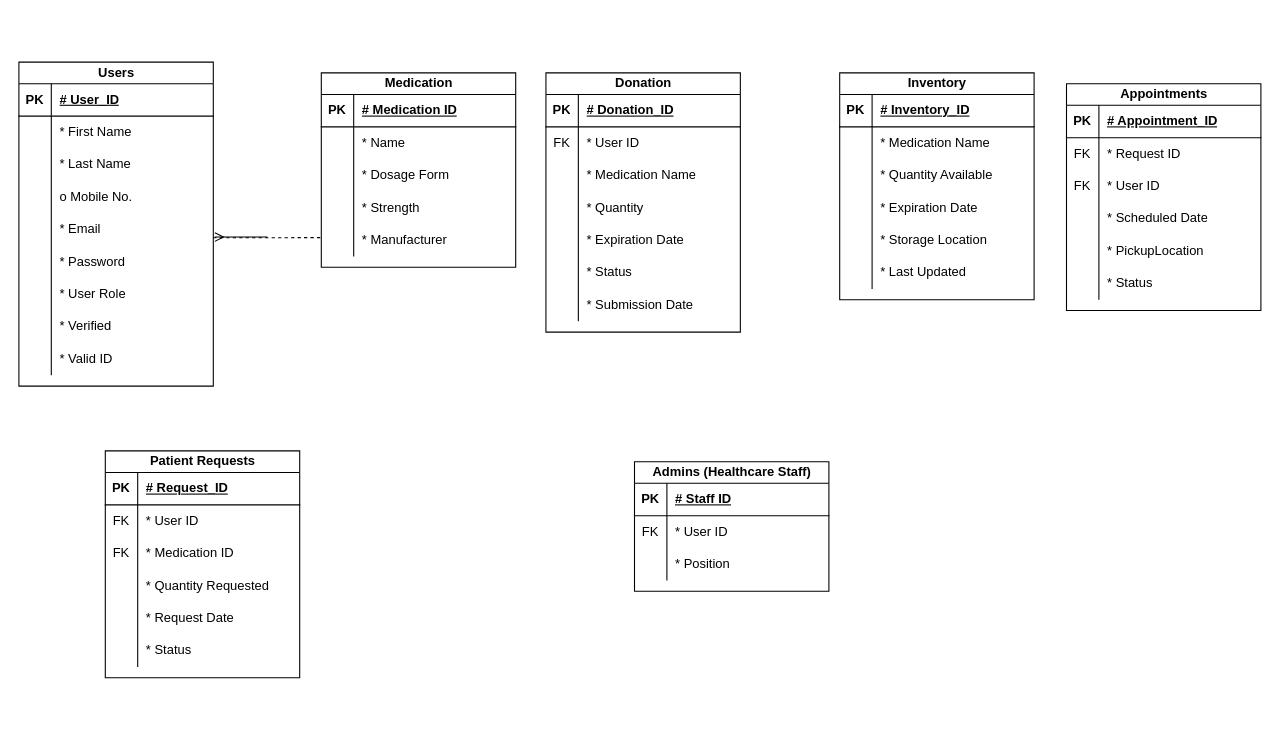
This is Untitled Diagram.drawio from lucifron28/Information-Management, a draw.io file, before an edit. Source tidied: cells renumbered, new cells numbered last; positions are measured from the earlier drawing's top-left corner, leaving out a move shared by most shapes. Both pictures are drawn from the tidied source at 108%, with x=0, y=0 at pixel (18, 62).
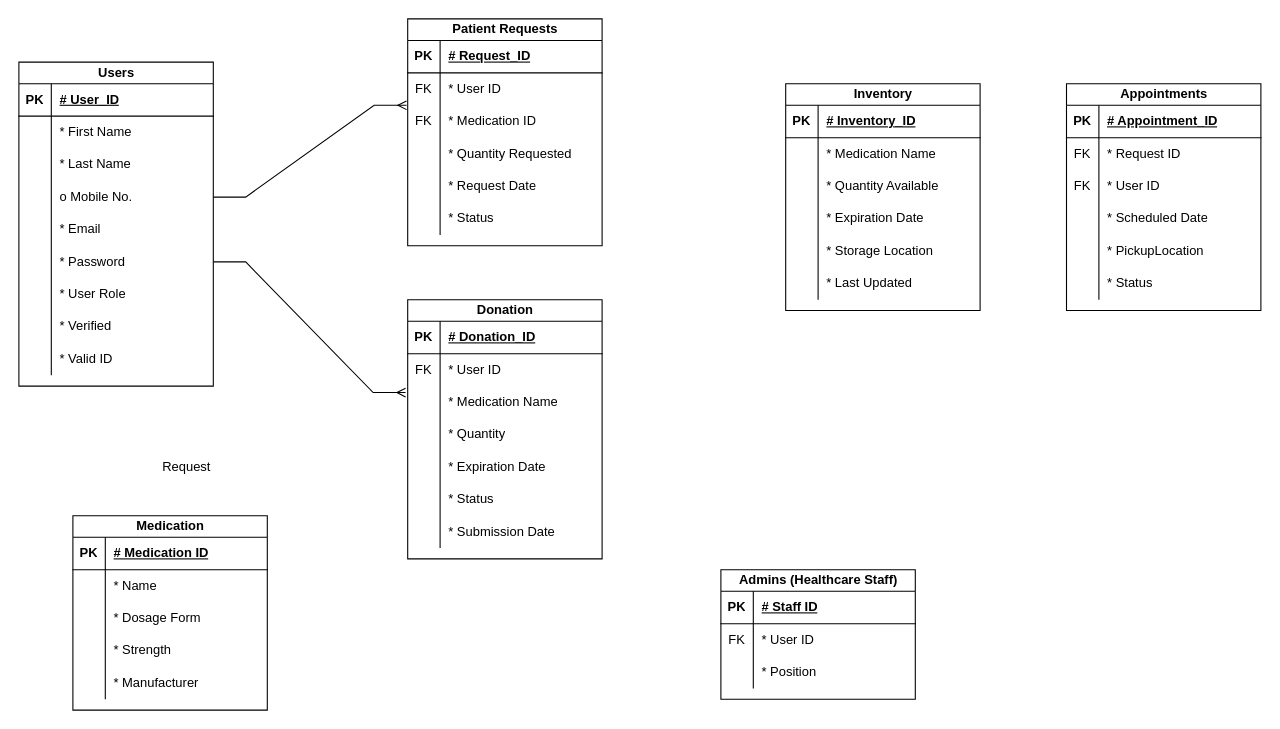
The same diagram, later.

The change refers to these unchanged cells:
```xml
<mxCell id="12" style="shape=tableRow;horizontal=0;startSize=0;swimlaneHead=0;swimlaneBody=0;fillColor=none;points=[[0,0.5],[1,0.5]];portConstraint=eastwest;top=0;left=0;right=0;bottom=0;" parent="2" vertex="1">
  <mxGeometry y="110" width="180" height="30" as="geometry" />
</mxCell>
<mxCell id="18" style="shape=tableRow;horizontal=0;startSize=0;swimlaneHead=0;swimlaneBody=0;fillColor=none;points=[[0,0.5],[1,0.5]];portConstraint=eastwest;top=0;left=0;right=0;bottom=0;" parent="2" vertex="1">
  <mxGeometry y="170" width="180" height="30" as="geometry" />
</mxCell>
<mxCell id="43" style="shape=tableRow;horizontal=0;startSize=0;swimlaneHead=0;swimlaneBody=0;fillColor=none;points=[[0,0.5],[1,0.5]];portConstraint=eastwest;top=0;left=0;right=0;bottom=0;" parent="30" vertex="1">
  <mxGeometry y="140" width="180" height="30" as="geometry" />
</mxCell>
<mxCell id="53" style="shape=tableRow;horizontal=0;startSize=0;swimlaneHead=0;swimlaneBody=0;fillColor=none;points=[[0,0.5],[1,0.5]];portConstraint=eastwest;top=0;left=0;right=0;bottom=0;" parent="46" vertex="1">
  <mxGeometry y="80" width="180" height="30" as="geometry" />
</mxCell>
<mxCell id="113" style="shape=tableRow;horizontal=0;startSize=0;swimlaneHead=0;swimlaneBody=0;fillColor=none;points=[[0,0.5],[1,0.5]];portConstraint=eastwest;top=0;left=0;right=0;bottom=0;" parent="106" vertex="1">
  <mxGeometry y="80" width="180" height="30" as="geometry" />
</mxCell>
```

Diff of the diagram source:
```diff
@@
     <mxCell id="30" value="Medication" style="shape=table;startSize=20;childLayout=tableLayout;rowLines=0;fontStyle=1;align=center;html=1;" parent="1" vertex="1">
-      <mxGeometry x="280" y="10" width="180" height="180" as="geometry" />
+      <mxGeometry x="50" y="420" width="180" height="180" as="geometry" />
     </mxCell>
@@
     <mxCell id="46" value="Donation" style="shape=table;startSize=20;childLayout=tableLayout;rowLines=0;fontStyle=1;align=center;html=1;" parent="1" vertex="1">
-      <mxGeometry x="488" y="10" width="180" height="240" as="geometry" />
+      <mxGeometry x="360" y="220" width="180" height="240" as="geometry" />
     </mxCell>
@@
     <mxCell id="68" value="Inventory" style="shape=table;startSize=20;childLayout=tableLayout;rowLines=0;fontStyle=1;align=center;html=1;" parent="1" vertex="1">
-      <mxGeometry x="760" y="10" width="180" height="210" as="geometry" />
+      <mxGeometry x="710" y="20" width="180" height="210" as="geometry" />
     </mxCell>
@@
     <mxCell id="106" value="Patient Requests" style="shape=table;startSize=20;childLayout=tableLayout;rowLines=0;fontStyle=1;align=center;html=1;" parent="1" vertex="1">
-      <mxGeometry x="80" y="360" width="180" height="210" as="geometry" />
+      <mxGeometry x="360" y="-40" width="180" height="210" as="geometry" />
     </mxCell>
@@
     <mxCell id="125" value="Admins (Healthcare Staff)" style="shape=table;startSize=20;childLayout=tableLayout;rowLines=0;fontStyle=1;align=center;html=1;" parent="1" vertex="1">
-      <mxGeometry x="570" y="370" width="180" height="120" as="geometry" />
+      <mxGeometry x="650" y="470" width="180" height="120" as="geometry" />
     </mxCell>
@@
-    <mxCell id="135" style="edgeStyle=entityRelationEdgeStyle;fontSize=12;html=1;endArrow=ERmany;rounded=0;entryX=1.008;entryY=-0.267;entryDx=0;entryDy=0;entryPerimeter=0;" parent="1" edge="1" target="18">
+    <mxCell id="135" style="edgeStyle=entityRelationEdgeStyle;fontSize=12;html=1;endArrow=ERmany;rounded=0;exitX=1;exitY=0.5;exitDx=0;exitDy=0;entryX=-0.006;entryY=0;entryDx=0;entryDy=0;entryPerimeter=0;" parent="1" edge="1" source="12" target="113">
       <mxGeometry relative="1" as="geometry">
-        <mxPoint x="200" y="162" as="sourcePoint" />
         <Array as="points">
-          <mxPoint x="230" y="162" />
-          <mxPoint x="300" y="230" />
-          <mxPoint x="230" y="190" />
-          <mxPoint x="230" y="180" />
-          <mxPoint x="280" y="210" />
-          <mxPoint x="200" y="160" />
-          <mxPoint x="240" y="170" />
+          <mxPoint x="273.8" y="154.4" />
+          <mxPoint x="283.8" y="142.4" />
+          <mxPoint x="343.8" y="222.4" />
+          <mxPoint x="273.8" y="182.4" />
+          <mxPoint x="273.8" y="172.4" />
+          <mxPoint x="323.8" y="202.4" />
+          <mxPoint x="243.8" y="152.4" />
+          <mxPoint x="283.8" y="162.4" />
         </Array>
       </mxGeometry>
     </mxCell>
-    <mxCell id="136" style="endArrow=none;dashed=1;html=1;rounded=0;entryX=-0.005;entryY=0.417;entryDx=0;entryDy=0;entryPerimeter=0;exitX=1.022;exitY=0.758;exitDx=0;exitDy=0;exitPerimeter=0;" parent="1" edge="1" target="43">
-      <mxGeometry relative="1" as="geometry">
-        <mxPoint x="180" y="162.7" as="sourcePoint" />
-      </mxGeometry>
-    </mxCell>
+    <mxCell id="137" value="Request" style="text;html=1;align=center;verticalAlign=middle;strokeColor=none;fillColor=none;" parent="1" vertex="1">
+      <mxGeometry x="120" y="360" width="70" height="30" as="geometry" />
+    </mxCell>
+    <mxCell id="138" style="edgeStyle=entityRelationEdgeStyle;fontSize=12;html=1;endArrow=ERmany;rounded=0;exitX=1;exitY=0.5;exitDx=0;exitDy=0;entryX=-0.011;entryY=0.2;entryDx=0;entryDy=0;entryPerimeter=0;" parent="1" edge="1" source="18" target="53">
+      <mxGeometry relative="1" as="geometry">
+        <Array as="points">
+          <mxPoint x="284.8" y="284.4" />
+          <mxPoint x="294.8" y="272.4" />
+          <mxPoint x="354.8" y="352.4" />
+          <mxPoint x="284.8" y="312.4" />
+          <mxPoint x="284.8" y="302.4" />
+          <mxPoint x="334.8" y="332.4" />
+          <mxPoint x="254.8" y="282.4" />
+          <mxPoint x="294.8" y="292.4" />
+        </Array>
+      </mxGeometry>
+    </mxCell>
```
